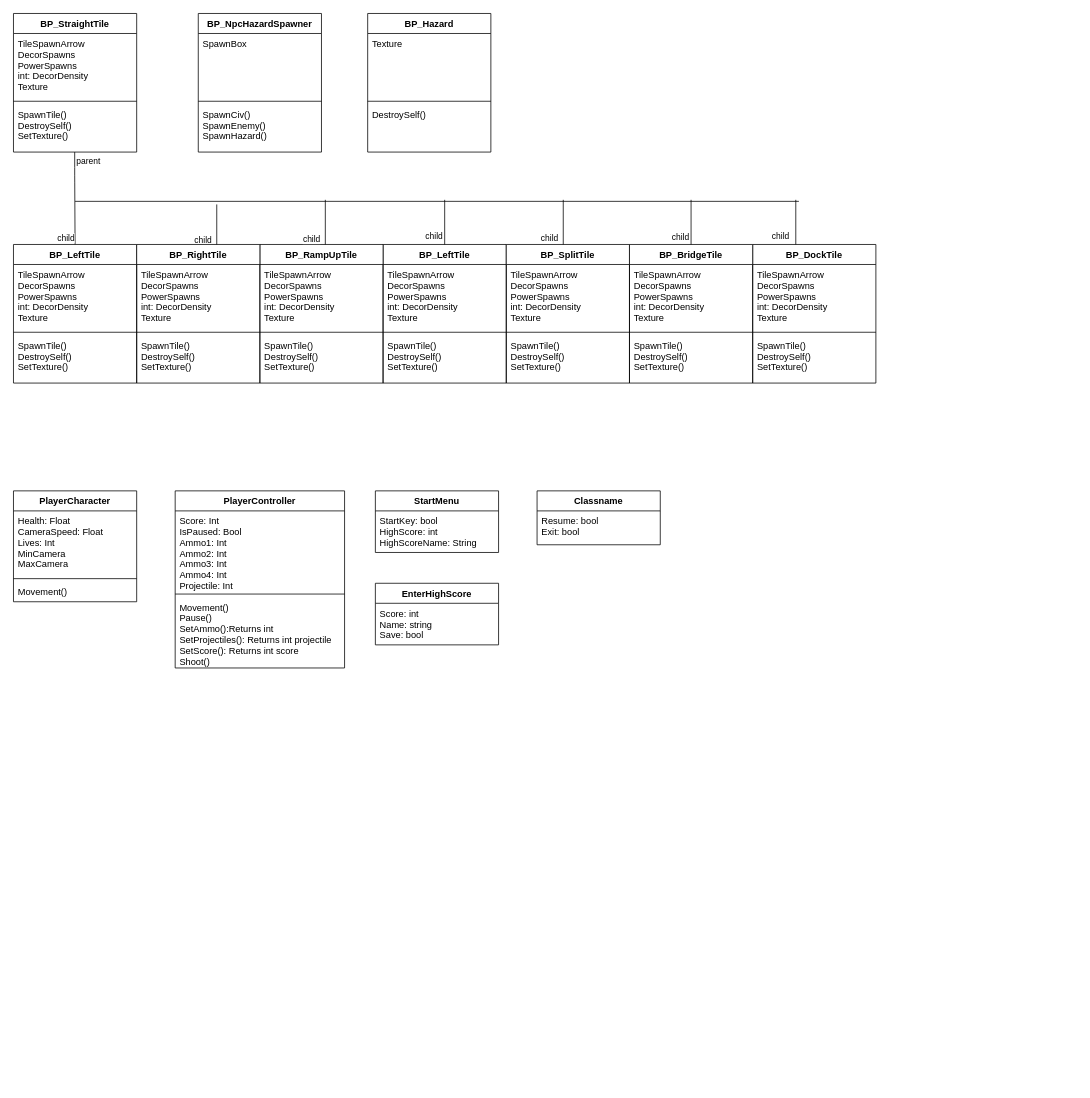
This is MAP UML Diagram.drawio from EanBott/MultiUserProject, a draw.io file, before an edit. Source tidied: cells renumbered, new cells numbered last; positions are measured from the earlier drawing's top-left corner, leaving out a move shared by most shapes. Both pictures are drawn from the tidied source at 77%, with x=0, y=0 at pixel (13, 13).
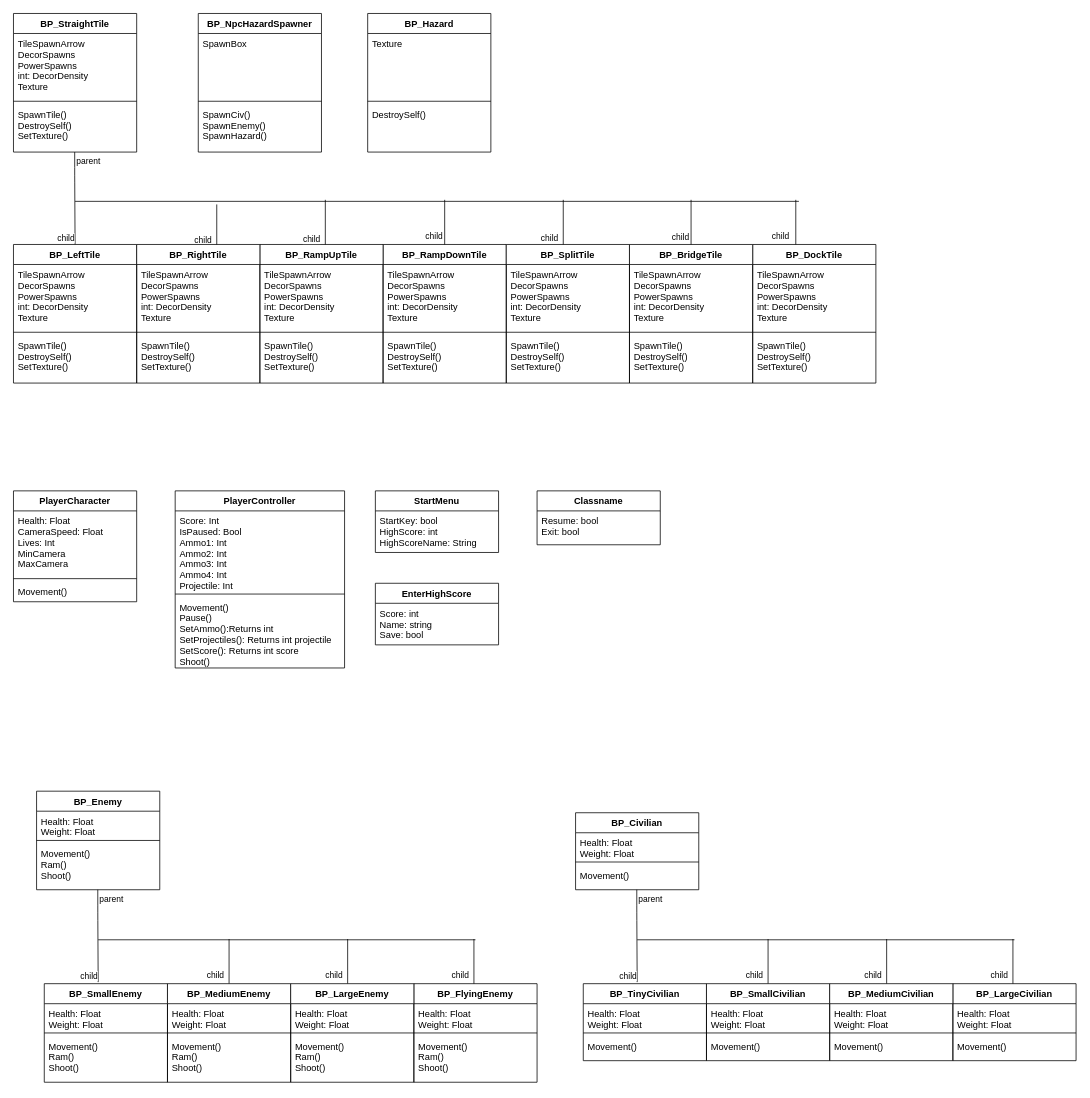
The same diagram, later.

The edit, as a diff of the source:
```diff
@@
-    <mxCell id="16" value="BP_LeftTile" style="swimlane;fontStyle=1;align=center;verticalAlign=top;horizontal=1;startSize=26;" parent="1" vertex="1">
+    <mxCell id="16" value="BP_RampDownTile" style="swimlane;fontStyle=1;align=center;verticalAlign=top;horizontal=1;startSize=26;" parent="1" vertex="1">
       <mxGeometry x="480" y="300" width="160" height="180" as="geometry" />
     </mxCell>
@@
+    <mxCell id="72" value="BP_Enemy" style="swimlane;fontStyle=1;align=center;verticalAlign=top;horizontal=1;startSize=26;" parent="1" vertex="1">
+      <mxGeometry x="30" y="1010" width="160" height="128" as="geometry" />
+    </mxCell>
+    <mxCell id="73" value="Health: Float&#10;Weight: Float" style="text;strokeColor=none;fillColor=none;align=left;verticalAlign=top;spacingLeft=4;spacingRight=4;overflow=hidden;" parent="72" vertex="1">
+      <mxGeometry y="26" width="160" height="34" as="geometry" />
+    </mxCell>
+    <mxCell id="74" style="line;strokeWidth=1;fillColor=none;align=left;verticalAlign=middle;spacingTop=-1;spacingLeft=3;spacingRight=3;labelPosition=right;" parent="72" vertex="1">
+      <mxGeometry y="60" width="160" height="8" as="geometry" />
+    </mxCell>
+    <mxCell id="75" value="Movement()&#10;Ram()&#10;Shoot()" style="text;strokeColor=none;fillColor=none;align=left;verticalAlign=top;spacingLeft=4;spacingRight=4;overflow=hidden;" parent="72" vertex="1">
+      <mxGeometry y="68" width="160" height="60" as="geometry" />
+    </mxCell>
+    <mxCell id="76" value="BP_SmallEnemy" style="swimlane;fontStyle=1;align=center;verticalAlign=top;horizontal=1;startSize=26;" parent="1" vertex="1">
+      <mxGeometry x="40" y="1260" width="160" height="128" as="geometry" />
+    </mxCell>
+    <mxCell id="77" value="Health: Float&#10;Weight: Float" style="text;strokeColor=none;fillColor=none;align=left;verticalAlign=top;spacingLeft=4;spacingRight=4;overflow=hidden;" parent="76" vertex="1">
+      <mxGeometry y="26" width="160" height="34" as="geometry" />
+    </mxCell>
+    <mxCell id="78" style="line;strokeWidth=1;fillColor=none;align=left;verticalAlign=middle;spacingTop=-1;spacingLeft=3;spacingRight=3;labelPosition=right;" parent="76" vertex="1">
+      <mxGeometry y="60" width="160" height="8" as="geometry" />
+    </mxCell>
+    <mxCell id="79" value="Movement()&#10;Ram()&#10;Shoot()" style="text;strokeColor=none;fillColor=none;align=left;verticalAlign=top;spacingLeft=4;spacingRight=4;overflow=hidden;" parent="76" vertex="1">
+      <mxGeometry y="68" width="160" height="60" as="geometry" />
+    </mxCell>
+    <mxCell id="80" style="endArrow=none;html=1;edgeStyle=orthogonalEdgeStyle;" parent="1" edge="1">
+      <mxGeometry relative="1" as="geometry">
+        <mxPoint x="109.5" y="1138" as="sourcePoint" />
+        <mxPoint x="110" y="1258" as="targetPoint" />
+        <Array as="points">
+          <mxPoint x="110" y="1168" />
+          <mxPoint x="110" y="1168" />
+        </Array>
+      </mxGeometry>
+    </mxCell>
+    <mxCell id="81" value="parent" style="edgeLabel;html=1;align=left;verticalAlign=bottom;" parent="80" vertex="1">
+      <mxGeometry x="-1" relative="1" as="geometry">
+        <mxPoint y="20" as="offset" />
+      </mxGeometry>
+    </mxCell>
+    <mxCell id="82" value="child" style="edgeLabel;html=1;align=right;verticalAlign=bottom;" parent="80" vertex="1">
+      <mxGeometry x="1" relative="1" as="geometry" />
+    </mxCell>
+    <mxCell id="83" value="BP_FlyingEnemy" style="swimlane;fontStyle=1;align=center;verticalAlign=top;horizontal=1;startSize=26;" parent="1" vertex="1">
+      <mxGeometry x="520" y="1260" width="160" height="128" as="geometry" />
+    </mxCell>
+    <mxCell id="84" value="Health: Float&#10;Weight: Float" style="text;strokeColor=none;fillColor=none;align=left;verticalAlign=top;spacingLeft=4;spacingRight=4;overflow=hidden;" parent="83" vertex="1">
+      <mxGeometry y="26" width="160" height="34" as="geometry" />
+    </mxCell>
+    <mxCell id="85" style="line;strokeWidth=1;fillColor=none;align=left;verticalAlign=middle;spacingTop=-1;spacingLeft=3;spacingRight=3;labelPosition=right;" parent="83" vertex="1">
+      <mxGeometry y="60" width="160" height="8" as="geometry" />
+    </mxCell>
+    <mxCell id="86" value="Movement()&#10;Ram()&#10;Shoot()" style="text;strokeColor=none;fillColor=none;align=left;verticalAlign=top;spacingLeft=4;spacingRight=4;overflow=hidden;" parent="83" vertex="1">
+      <mxGeometry y="68" width="160" height="60" as="geometry" />
+    </mxCell>
+    <mxCell id="87" value="child" style="edgeLabel;html=1;align=right;verticalAlign=bottom;" parent="1" vertex="1">
+      <mxGeometry x="584" y="1254" as="geometry">
+        <mxPoint x="8" y="3" as="offset" />
+      </mxGeometry>
+    </mxCell>
+    <mxCell id="88" style="line;strokeWidth=1;fillColor=none;align=left;verticalAlign=middle;spacingTop=-1;spacingLeft=3;spacingRight=3;labelPosition=right;direction=south;" parent="1" vertex="1">
+      <mxGeometry x="594" y="1202" width="8" height="58" as="geometry" />
+    </mxCell>
+    <mxCell id="89" style="line;strokeWidth=1;fillColor=none;align=left;verticalAlign=middle;spacingTop=-1;spacingLeft=3;spacingRight=3;labelPosition=right;" parent="1" vertex="1">
+      <mxGeometry x="110" y="1199" width="490" height="8" as="geometry" />
+    </mxCell>
+    <mxCell id="90" style="line;strokeWidth=1;fillColor=none;align=left;verticalAlign=middle;spacingTop=-1;spacingLeft=3;spacingRight=3;labelPosition=right;direction=south;" parent="1" vertex="1">
+      <mxGeometry x="276" y="1202" width="8" height="58" as="geometry" />
+    </mxCell>
+    <mxCell id="91" value="BP_MediumEnemy" style="swimlane;fontStyle=1;align=center;verticalAlign=top;horizontal=1;startSize=26;" parent="1" vertex="1">
+      <mxGeometry x="200" y="1260" width="160" height="128" as="geometry" />
+    </mxCell>
+    <mxCell id="92" value="Health: Float&#10;Weight: Float" style="text;strokeColor=none;fillColor=none;align=left;verticalAlign=top;spacingLeft=4;spacingRight=4;overflow=hidden;" parent="91" vertex="1">
+      <mxGeometry y="26" width="160" height="34" as="geometry" />
+    </mxCell>
+    <mxCell id="93" style="line;strokeWidth=1;fillColor=none;align=left;verticalAlign=middle;spacingTop=-1;spacingLeft=3;spacingRight=3;labelPosition=right;" parent="91" vertex="1">
+      <mxGeometry y="60" width="160" height="8" as="geometry" />
+    </mxCell>
+    <mxCell id="94" value="Movement()&#10;Ram()&#10;Shoot()" style="text;strokeColor=none;fillColor=none;align=left;verticalAlign=top;spacingLeft=4;spacingRight=4;overflow=hidden;" parent="91" vertex="1">
+      <mxGeometry y="68" width="160" height="60" as="geometry" />
+    </mxCell>
+    <mxCell id="95" value="child" style="edgeLabel;html=1;align=right;verticalAlign=bottom;" parent="1" vertex="1">
+      <mxGeometry x="266" y="1254" as="geometry">
+        <mxPoint x="8" y="3" as="offset" />
+      </mxGeometry>
+    </mxCell>
+    <mxCell id="96" value="child" style="edgeLabel;html=1;align=right;verticalAlign=bottom;" parent="1" vertex="1">
+      <mxGeometry x="420" y="1254" as="geometry">
+        <mxPoint x="8" y="3" as="offset" />
+      </mxGeometry>
+    </mxCell>
+    <mxCell id="97" style="line;strokeWidth=1;fillColor=none;align=left;verticalAlign=middle;spacingTop=-1;spacingLeft=3;spacingRight=3;labelPosition=right;direction=south;" parent="1" vertex="1">
+      <mxGeometry x="430" y="1202" width="8" height="58" as="geometry" />
+    </mxCell>
+    <mxCell id="98" value="BP_LargeEnemy" style="swimlane;fontStyle=1;align=center;verticalAlign=top;horizontal=1;startSize=26;" parent="1" vertex="1">
+      <mxGeometry x="360" y="1260" width="160" height="128" as="geometry" />
+    </mxCell>
+    <mxCell id="99" value="Health: Float&#10;Weight: Float" style="text;strokeColor=none;fillColor=none;align=left;verticalAlign=top;spacingLeft=4;spacingRight=4;overflow=hidden;" parent="98" vertex="1">
+      <mxGeometry y="26" width="160" height="34" as="geometry" />
+    </mxCell>
+    <mxCell id="100" style="line;strokeWidth=1;fillColor=none;align=left;verticalAlign=middle;spacingTop=-1;spacingLeft=3;spacingRight=3;labelPosition=right;" parent="98" vertex="1">
+      <mxGeometry y="60" width="160" height="8" as="geometry" />
+    </mxCell>
+    <mxCell id="101" value="Movement()&#10;Ram()&#10;Shoot()" style="text;strokeColor=none;fillColor=none;align=left;verticalAlign=top;spacingLeft=4;spacingRight=4;overflow=hidden;" parent="98" vertex="1">
+      <mxGeometry y="68" width="160" height="60" as="geometry" />
+    </mxCell>
+    <mxCell id="102" value="BP_Civilian" style="swimlane;fontStyle=1;align=center;verticalAlign=top;horizontal=1;startSize=26;" parent="1" vertex="1">
+      <mxGeometry x="730" y="1038" width="160" height="100" as="geometry" />
+    </mxCell>
+    <mxCell id="103" value="Health: Float&#10;Weight: Float" style="text;strokeColor=none;fillColor=none;align=left;verticalAlign=top;spacingLeft=4;spacingRight=4;overflow=hidden;" parent="102" vertex="1">
+      <mxGeometry y="26" width="160" height="34" as="geometry" />
+    </mxCell>
+    <mxCell id="104" style="line;strokeWidth=1;fillColor=none;align=left;verticalAlign=middle;spacingTop=-1;spacingLeft=3;spacingRight=3;labelPosition=right;" parent="102" vertex="1">
+      <mxGeometry y="60" width="160" height="8" as="geometry" />
+    </mxCell>
+    <mxCell id="105" value="Movement()" style="text;strokeColor=none;fillColor=none;align=left;verticalAlign=top;spacingLeft=4;spacingRight=4;overflow=hidden;" parent="102" vertex="1">
+      <mxGeometry y="68" width="160" height="32" as="geometry" />
+    </mxCell>
+    <mxCell id="106" value="BP_TinyCivilian" style="swimlane;fontStyle=1;align=center;verticalAlign=top;horizontal=1;startSize=26;" parent="1" vertex="1">
+      <mxGeometry x="740" y="1260" width="160" height="100" as="geometry" />
+    </mxCell>
+    <mxCell id="107" value="Health: Float&#10;Weight: Float" style="text;strokeColor=none;fillColor=none;align=left;verticalAlign=top;spacingLeft=4;spacingRight=4;overflow=hidden;" parent="106" vertex="1">
+      <mxGeometry y="26" width="160" height="34" as="geometry" />
+    </mxCell>
+    <mxCell id="108" style="line;strokeWidth=1;fillColor=none;align=left;verticalAlign=middle;spacingTop=-1;spacingLeft=3;spacingRight=3;labelPosition=right;" parent="106" vertex="1">
+      <mxGeometry y="60" width="160" height="8" as="geometry" />
+    </mxCell>
+    <mxCell id="109" value="Movement()" style="text;strokeColor=none;fillColor=none;align=left;verticalAlign=top;spacingLeft=4;spacingRight=4;overflow=hidden;" parent="106" vertex="1">
+      <mxGeometry y="68" width="160" height="32" as="geometry" />
+    </mxCell>
+    <mxCell id="110" style="endArrow=none;html=1;edgeStyle=orthogonalEdgeStyle;" parent="1" edge="1">
+      <mxGeometry relative="1" as="geometry">
+        <mxPoint x="809.5" y="1138" as="sourcePoint" />
+        <mxPoint x="810" y="1258" as="targetPoint" />
+        <Array as="points">
+          <mxPoint x="810" y="1168" />
+          <mxPoint x="810" y="1168" />
+        </Array>
+      </mxGeometry>
+    </mxCell>
+    <mxCell id="111" value="parent" style="edgeLabel;html=1;align=left;verticalAlign=bottom;" parent="110" vertex="1">
+      <mxGeometry x="-1" relative="1" as="geometry">
+        <mxPoint y="20" as="offset" />
+      </mxGeometry>
+    </mxCell>
+    <mxCell id="112" value="child" style="edgeLabel;html=1;align=right;verticalAlign=bottom;" parent="110" vertex="1">
+      <mxGeometry x="1" relative="1" as="geometry" />
+    </mxCell>
+    <mxCell id="113" value="BP_LargeCivilian" style="swimlane;fontStyle=1;align=center;verticalAlign=top;horizontal=1;startSize=26;" parent="1" vertex="1">
+      <mxGeometry x="1220" y="1260" width="160" height="100" as="geometry" />
+    </mxCell>
+    <mxCell id="114" value="Health: Float&#10;Weight: Float" style="text;strokeColor=none;fillColor=none;align=left;verticalAlign=top;spacingLeft=4;spacingRight=4;overflow=hidden;" parent="113" vertex="1">
+      <mxGeometry y="26" width="160" height="34" as="geometry" />
+    </mxCell>
+    <mxCell id="115" style="line;strokeWidth=1;fillColor=none;align=left;verticalAlign=middle;spacingTop=-1;spacingLeft=3;spacingRight=3;labelPosition=right;" parent="113" vertex="1">
+      <mxGeometry y="60" width="160" height="8" as="geometry" />
+    </mxCell>
+    <mxCell id="116" value="Movement()" style="text;strokeColor=none;fillColor=none;align=left;verticalAlign=top;spacingLeft=4;spacingRight=4;overflow=hidden;" parent="113" vertex="1">
+      <mxGeometry y="68" width="160" height="32" as="geometry" />
+    </mxCell>
+    <mxCell id="117" value="child" style="edgeLabel;html=1;align=right;verticalAlign=bottom;" parent="1" vertex="1">
+      <mxGeometry x="1284" y="1254" as="geometry">
+        <mxPoint x="8" y="3" as="offset" />
+      </mxGeometry>
+    </mxCell>
+    <mxCell id="118" style="line;strokeWidth=1;fillColor=none;align=left;verticalAlign=middle;spacingTop=-1;spacingLeft=3;spacingRight=3;labelPosition=right;direction=south;" parent="1" vertex="1">
+      <mxGeometry x="1294" y="1202" width="8" height="58" as="geometry" />
+    </mxCell>
+    <mxCell id="119" style="line;strokeWidth=1;fillColor=none;align=left;verticalAlign=middle;spacingTop=-1;spacingLeft=3;spacingRight=3;labelPosition=right;" parent="1" vertex="1">
+      <mxGeometry x="810" y="1199" width="490" height="8" as="geometry" />
+    </mxCell>
+    <mxCell id="120" style="line;strokeWidth=1;fillColor=none;align=left;verticalAlign=middle;spacingTop=-1;spacingLeft=3;spacingRight=3;labelPosition=right;direction=south;" parent="1" vertex="1">
+      <mxGeometry x="976" y="1202" width="8" height="58" as="geometry" />
+    </mxCell>
+    <mxCell id="121" value="BP_SmallCivilian" style="swimlane;fontStyle=1;align=center;verticalAlign=top;horizontal=1;startSize=26;" parent="1" vertex="1">
+      <mxGeometry x="900" y="1260" width="160" height="100" as="geometry" />
+    </mxCell>
+    <mxCell id="122" value="Health: Float&#10;Weight: Float" style="text;strokeColor=none;fillColor=none;align=left;verticalAlign=top;spacingLeft=4;spacingRight=4;overflow=hidden;" parent="121" vertex="1">
+      <mxGeometry y="26" width="160" height="34" as="geometry" />
+    </mxCell>
+    <mxCell id="123" style="line;strokeWidth=1;fillColor=none;align=left;verticalAlign=middle;spacingTop=-1;spacingLeft=3;spacingRight=3;labelPosition=right;" parent="121" vertex="1">
+      <mxGeometry y="60" width="160" height="8" as="geometry" />
+    </mxCell>
+    <mxCell id="124" value="Movement()" style="text;strokeColor=none;fillColor=none;align=left;verticalAlign=top;spacingLeft=4;spacingRight=4;overflow=hidden;" parent="121" vertex="1">
+      <mxGeometry y="68" width="160" height="32" as="geometry" />
+    </mxCell>
+    <mxCell id="125" value="child" style="edgeLabel;html=1;align=right;verticalAlign=bottom;" parent="1" vertex="1">
+      <mxGeometry x="966" y="1254" as="geometry">
+        <mxPoint x="8" y="3" as="offset" />
+      </mxGeometry>
+    </mxCell>
+    <mxCell id="126" value="child" style="edgeLabel;html=1;align=right;verticalAlign=bottom;" parent="1" vertex="1">
+      <mxGeometry x="1120" y="1254" as="geometry">
+        <mxPoint x="8" y="3" as="offset" />
+      </mxGeometry>
+    </mxCell>
+    <mxCell id="127" style="line;strokeWidth=1;fillColor=none;align=left;verticalAlign=middle;spacingTop=-1;spacingLeft=3;spacingRight=3;labelPosition=right;direction=south;" parent="1" vertex="1">
+      <mxGeometry x="1130" y="1202" width="8" height="58" as="geometry" />
+    </mxCell>
+    <mxCell id="128" value="BP_MediumCivilian" style="swimlane;fontStyle=1;align=center;verticalAlign=top;horizontal=1;startSize=26;" parent="1" vertex="1">
+      <mxGeometry x="1060" y="1260" width="160" height="100" as="geometry" />
+    </mxCell>
+    <mxCell id="129" value="Health: Float&#10;Weight: Float" style="text;strokeColor=none;fillColor=none;align=left;verticalAlign=top;spacingLeft=4;spacingRight=4;overflow=hidden;" parent="128" vertex="1">
+      <mxGeometry y="26" width="160" height="34" as="geometry" />
+    </mxCell>
+    <mxCell id="130" style="line;strokeWidth=1;fillColor=none;align=left;verticalAlign=middle;spacingTop=-1;spacingLeft=3;spacingRight=3;labelPosition=right;" parent="128" vertex="1">
+      <mxGeometry y="60" width="160" height="8" as="geometry" />
+    </mxCell>
+    <mxCell id="131" value="Movement()" style="text;strokeColor=none;fillColor=none;align=left;verticalAlign=top;spacingLeft=4;spacingRight=4;overflow=hidden;" parent="128" vertex="1">
+      <mxGeometry y="68" width="160" height="32" as="geometry" />
+    </mxCell>
```
